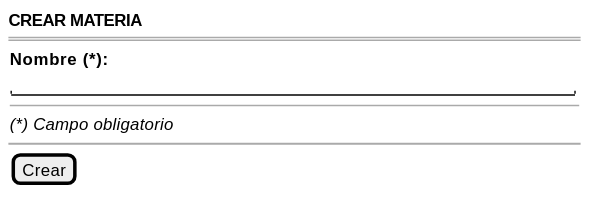
The PlantUML diagram images/RUP/01-requisitos/03-detalle-casos-uso/crearMateria/wireframe.svg in mmasias/pyCeldaPublico, before a commit. Source of this version:
```plantuml
@startsalt crearMateria-wireframe
{
    <b>CREAR MATERIA</b>
    ====
    {
        <b>Nombre (*):</b>
        "                                                  "
        --
        <i>(*) Campo obligatorio</i>
    }
    ~~
    {[Crear]}
}
@endsalt
```
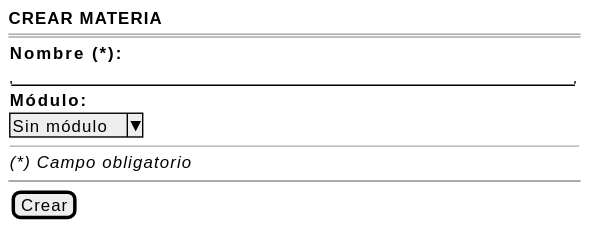
The same file after the commit.

Diff of the diagram source:
```diff
@@ -5,6 +5,8 @@
     {
         <b>Nombre (*):</b>
         "                                                  "
+        <b>Módulo:</b>
+        ^Sin módulo^
         --
         <i>(*) Campo obligatorio</i>
     }
```
